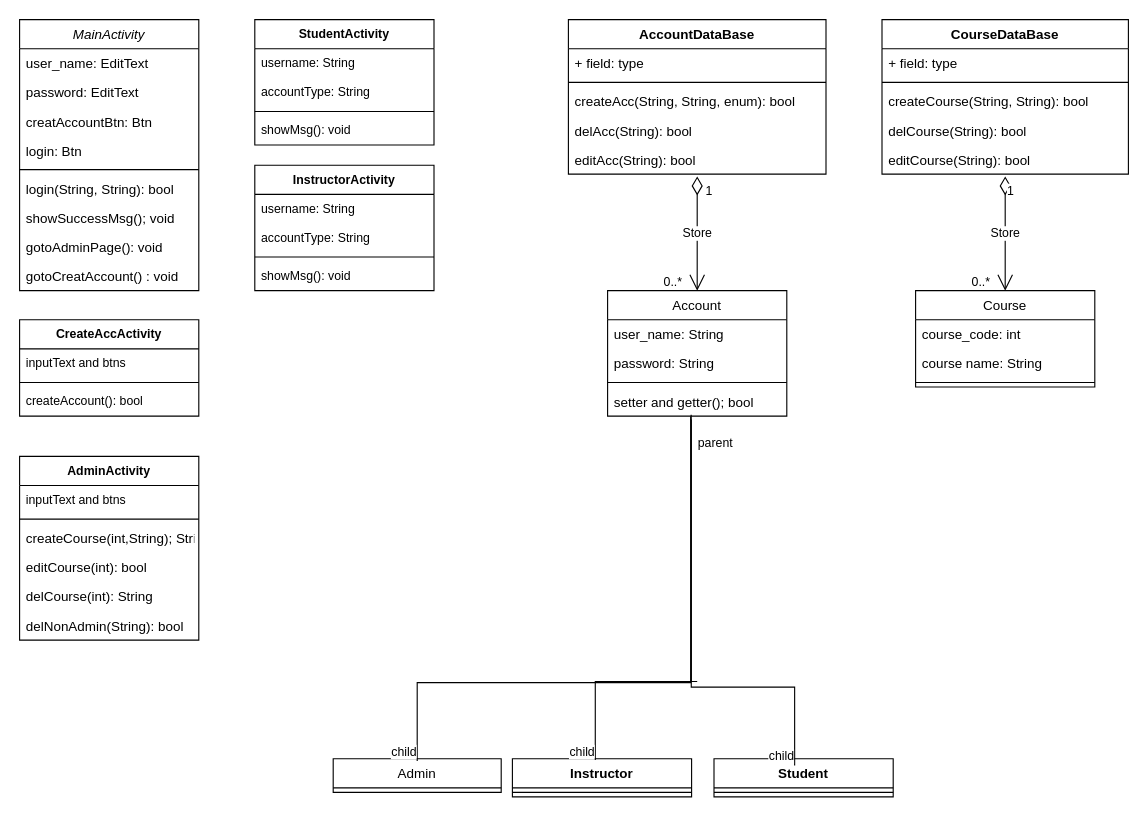
This is UML.drawio from uOttawa-Summer2022/Project_group3, a draw.io file, before an edit. Source tidied: cells renumbered, new cells numbered last; positions are measured from the earlier drawing's top-left corner, leaving out a move shared by most shapes. Both pictures are drawn from the tidied source at 112%, with x=0, y=0 at pixel (19, 19).
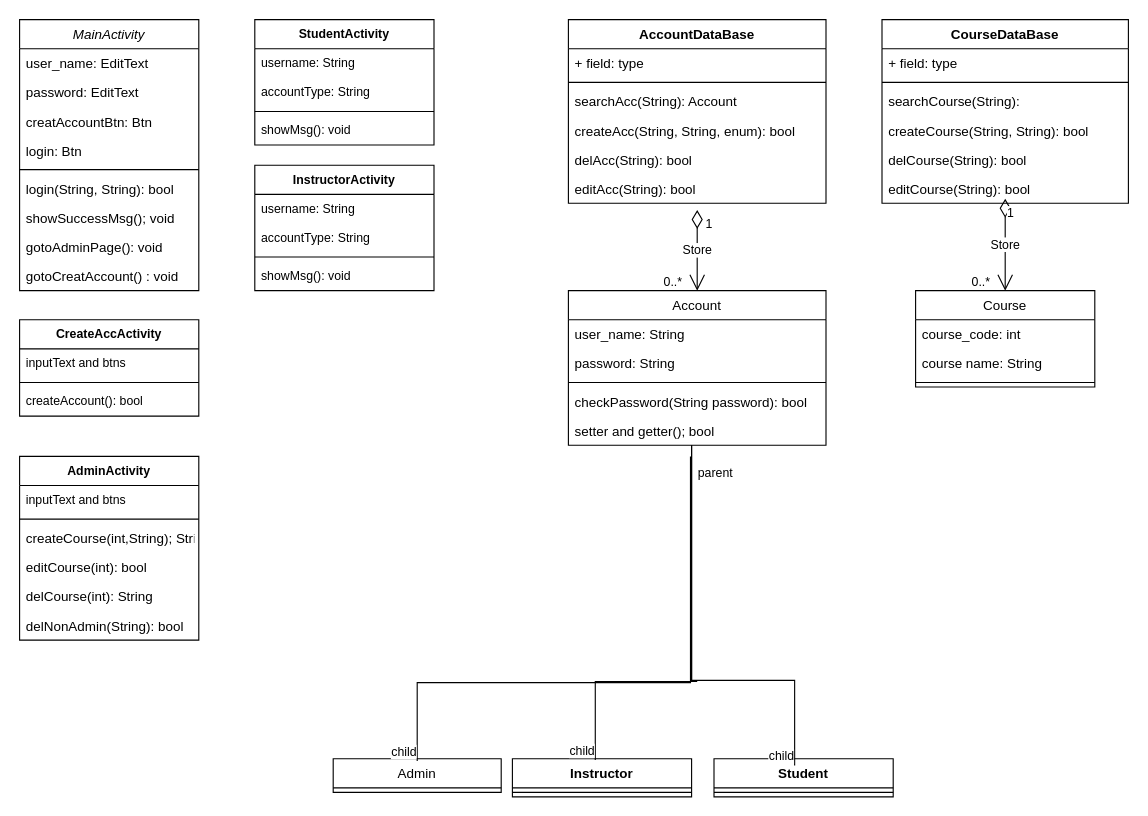
The same diagram, later.

Unchanged cells that the change refers to:
```xml
<mxCell id="22" value="Course" style="swimlane;fontStyle=0;align=center;verticalAlign=top;horizontal=1;startSize=26;rounded=0;shadow=0;strokeWidth=1;" parent="1" vertex="1">
  <mxGeometry x="800" y="242" width="160" height="86" as="geometry" />
</mxCell>
```

What changed in the source:
```diff
@@
     <mxCell id="17" value="Account" style="swimlane;fontStyle=0;align=center;verticalAlign=top;horizontal=1;startSize=26;rounded=0;shadow=0;strokeWidth=1;" parent="1" vertex="1">
-      <mxGeometry x="525" y="242" width="160" height="112" as="geometry" />
+      <mxGeometry x="490" y="242" width="230" height="138" as="geometry" />
     </mxCell>
     <mxCell id="18" value="user_name: String" style="text;align=left;verticalAlign=top;spacingLeft=4;spacingRight=4;overflow=hidden;" parent="17" vertex="1">
-      <mxGeometry y="26" width="160" height="26" as="geometry" />
+      <mxGeometry y="26" width="230" height="26" as="geometry" />
     </mxCell>
     <mxCell id="19" value="password: String" style="text;align=left;verticalAlign=top;spacingLeft=4;spacingRight=4;overflow=hidden;rounded=0;shadow=0;html=0;" parent="17" vertex="1">
-      <mxGeometry y="52" width="160" height="26" as="geometry" />
+      <mxGeometry y="52" width="230" height="26" as="geometry" />
     </mxCell>
     <mxCell id="20" style="line;html=1;strokeWidth=1;align=left;verticalAlign=middle;spacingTop=-1;spacingLeft=3;spacingRight=3;labelPosition=right;" parent="17" vertex="1">
-      <mxGeometry y="78" width="160" height="8" as="geometry" />
+      <mxGeometry y="78" width="230" height="8" as="geometry" />
     </mxCell>
+    <mxCell id="72" value="checkPassword(String password): bool" style="text;strokeColor=none;fillColor=none;align=left;verticalAlign=top;spacingLeft=4;spacingRight=4;overflow=hidden;" parent="17" vertex="1">
+      <mxGeometry y="86" width="230" height="26" as="geometry" />
+    </mxCell>
     <mxCell id="21" value="setter and getter(); bool " style="text;strokeColor=none;fillColor=none;align=left;verticalAlign=top;spacingLeft=4;spacingRight=4;overflow=hidden;" parent="17" vertex="1">
-      <mxGeometry y="86" width="160" height="26" as="geometry" />
+      <mxGeometry y="112" width="230" height="26" as="geometry" />
     </mxCell>
@@
-    <mxCell id="31" style="endArrow=none;html=1;edgeStyle=orthogonalEdgeStyle;rounded=0;exitX=0.504;exitY=0.921;exitDx=0;exitDy=0;exitPerimeter=0;entryX=0.5;entryY=0;entryDx=0;entryDy=0;" parent="1" edge="1">
+    <mxCell id="31" style="endArrow=none;html=1;edgeStyle=orthogonalEdgeStyle;rounded=0;entryX=0.5;entryY=0;entryDx=0;entryDy=0;" parent="1" edge="1">
       <mxGeometry relative="1" as="geometry">
-        <mxPoint x="599.6" y="352.9" as="sourcePoint" />
+        <mxPoint x="600" y="380" as="sourcePoint" />
         <mxPoint x="514" y="661" as="targetPoint" />
         <Array as="points">
           <mxPoint x="605" y="591" />
           <mxPoint x="478" y="591" />
         </Array>
       </mxGeometry>
     </mxCell>
@@
     <mxCell id="34" value="CourseDataBase" style="swimlane;fontStyle=1;align=center;verticalAlign=top;horizontal=1;startSize=26;" parent="1" vertex="1">
-      <mxGeometry x="770" width="220" height="138" as="geometry" />
+      <mxGeometry x="770" width="220" height="164" as="geometry" />
     </mxCell>
@@
+    <mxCell id="73" value="searchCourse(String):" style="text;strokeColor=none;fillColor=none;align=left;verticalAlign=top;spacingLeft=4;spacingRight=4;overflow=hidden;" parent="34" vertex="1">
+      <mxGeometry y="60" width="220" height="26" as="geometry" />
+    </mxCell>
     <mxCell id="37" value="createCourse(String, String): bool" style="text;strokeColor=none;fillColor=none;align=left;verticalAlign=top;spacingLeft=4;spacingRight=4;overflow=hidden;" parent="34" vertex="1">
-      <mxGeometry y="60" width="220" height="26" as="geometry" />
+      <mxGeometry y="86" width="220" height="26" as="geometry" />
     </mxCell>
     <mxCell id="38" value="delCourse(String): bool" style="text;strokeColor=none;fillColor=none;align=left;verticalAlign=top;spacingLeft=4;spacingRight=4;overflow=hidden;" parent="34" vertex="1">
-      <mxGeometry y="86" width="220" height="26" as="geometry" />
+      <mxGeometry y="112" width="220" height="26" as="geometry" />
     </mxCell>
     <mxCell id="39" value="editCourse(String): bool" style="text;strokeColor=none;fillColor=none;align=left;verticalAlign=top;spacingLeft=4;spacingRight=4;overflow=hidden;" parent="34" vertex="1">
-      <mxGeometry y="112" width="220" height="26" as="geometry" />
+      <mxGeometry y="138" width="220" height="26" as="geometry" />
     </mxCell>
     <mxCell id="40" value="Store" style="endArrow=open;html=1;endSize=12;startArrow=diamondThin;startSize=14;startFill=0;rounded=0;entryX=0.5;entryY=0;entryDx=0;entryDy=0;" parent="1" edge="1" target="22">
       <mxGeometry relative="1" as="geometry">
-        <mxPoint x="880" y="140" as="sourcePoint" />
+        <mxPoint x="880" y="160" as="sourcePoint" />
       </mxGeometry>
     </mxCell>
@@
     <mxCell id="43" value="AccountDataBase" style="swimlane;fontStyle=1;align=center;verticalAlign=top;horizontal=1;startSize=26;" parent="1" vertex="1">
-      <mxGeometry x="490" width="230" height="138" as="geometry" />
+      <mxGeometry x="490" width="230" height="164" as="geometry" />
     </mxCell>
@@
+    <mxCell id="74" value="searchAcc(String): Account" style="text;strokeColor=none;fillColor=none;align=left;verticalAlign=top;spacingLeft=4;spacingRight=4;overflow=hidden;" parent="43" vertex="1">
+      <mxGeometry y="60" width="230" height="26" as="geometry" />
+    </mxCell>
     <mxCell id="46" value="createAcc(String, String, enum): bool" style="text;strokeColor=none;fillColor=none;align=left;verticalAlign=top;spacingLeft=4;spacingRight=4;overflow=hidden;" parent="43" vertex="1">
-      <mxGeometry y="60" width="230" height="26" as="geometry" />
+      <mxGeometry y="86" width="230" height="26" as="geometry" />
     </mxCell>
     <mxCell id="47" value="delAcc(String): bool" style="text;strokeColor=none;fillColor=none;align=left;verticalAlign=top;spacingLeft=4;spacingRight=4;overflow=hidden;" parent="43" vertex="1">
-      <mxGeometry y="86" width="230" height="26" as="geometry" />
+      <mxGeometry y="112" width="230" height="26" as="geometry" />
     </mxCell>
     <mxCell id="48" value="editAcc(String): bool" style="text;strokeColor=none;fillColor=none;align=left;verticalAlign=top;spacingLeft=4;spacingRight=4;overflow=hidden;" parent="43" vertex="1">
-      <mxGeometry y="112" width="230" height="26" as="geometry" />
+      <mxGeometry y="138" width="230" height="26" as="geometry" />
     </mxCell>
-    <mxCell id="49" style="endArrow=none;html=1;edgeStyle=orthogonalEdgeStyle;rounded=0;labelBackgroundColor=default;fontFamily=Helvetica;fontSize=11;fontColor=default;strokeColor=default;shape=connector;exitX=0.517;exitY=0.886;exitDx=0;exitDy=0;exitPerimeter=0;entryX=0.5;entryY=0;entryDx=0;entryDy=0;" parent="1" edge="1">
+    <mxCell id="49" style="endArrow=none;html=1;edgeStyle=orthogonalEdgeStyle;rounded=0;labelBackgroundColor=default;fontFamily=Helvetica;fontSize=11;fontColor=default;strokeColor=default;shape=connector;entryX=0.5;entryY=0;entryDx=0;entryDy=0;" parent="1" edge="1">
       <mxGeometry relative="1" as="geometry">
-        <mxPoint x="599.7" y="357" as="sourcePoint" />
+        <mxPoint x="600" y="380" as="sourcePoint" />
         <mxPoint x="692" y="666" as="targetPoint" />
         <Array as="points">
-          <mxPoint x="600" y="596" />
-          <mxPoint x="692" y="596" />
+          <mxPoint x="600" y="590" />
+          <mxPoint x="692" y="590" />
         </Array>
       </mxGeometry>
     </mxCell>
@@
     <mxCell id="51" value="Store" style="endArrow=open;html=1;endSize=12;startArrow=diamondThin;startSize=14;startFill=0;rounded=0;entryX=0.5;entryY=0;entryDx=0;entryDy=0;" parent="1" edge="1" target="17">
       <mxGeometry relative="1" as="geometry">
-        <mxPoint x="605" y="140" as="sourcePoint" />
+        <mxPoint x="605" y="170" as="sourcePoint" />
       </mxGeometry>
     </mxCell>
@@
-    <mxCell id="59" style="endArrow=none;html=1;edgeStyle=elbowEdgeStyle;rounded=0;labelBackgroundColor=default;fontFamily=Helvetica;fontSize=11;fontColor=default;strokeColor=default;shape=connector;exitX=0.464;exitY=0.936;exitDx=0;exitDy=0;exitPerimeter=0;entryX=0.5;entryY=0;entryDx=0;entryDy=0;elbow=vertical;" parent="1" edge="1">
+    <mxCell id="59" style="endArrow=none;html=1;edgeStyle=elbowEdgeStyle;rounded=0;labelBackgroundColor=default;fontFamily=Helvetica;fontSize=11;fontColor=default;strokeColor=default;shape=connector;entryX=0.5;entryY=0;entryDx=0;entryDy=0;elbow=vertical;" parent="1" edge="1">
       <mxGeometry relative="1" as="geometry">
-        <mxPoint x="599.2" y="354.3" as="sourcePoint" />
+        <mxPoint x="599" y="390" as="sourcePoint" />
         <mxPoint x="355" y="662" as="targetPoint" />
         <Array as="points">
           <mxPoint x="480" y="592" />
           <mxPoint x="480" y="592" />
         </Array>
       </mxGeometry>
     </mxCell>
```
